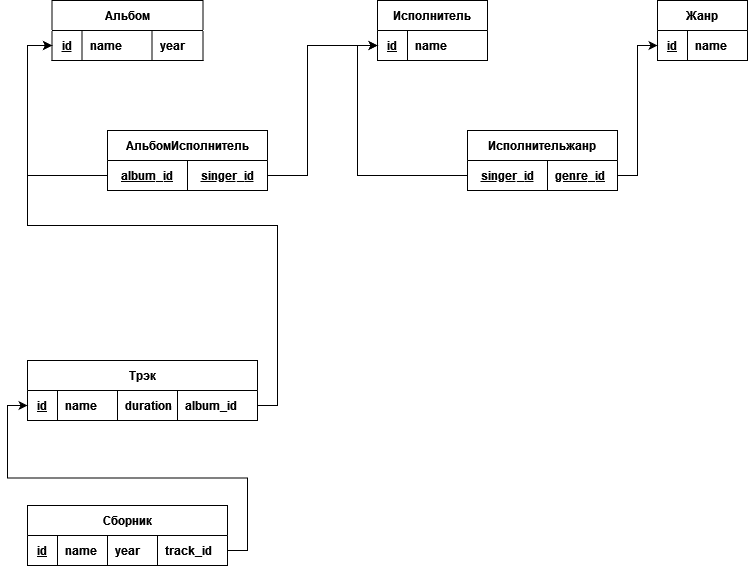
ArcainD/miniature-guide keeps this draw.io diagram as dz.drawio.png. Above is the earlier version. Source tidied: cells renumbered, new cells last; positions are measured from the earlier drawing's top-left corner, leaving out a move shared by most shapes. Its diagram source:
```xml
<mxGraphModel>
  <root>
    <mxCell id="0" />
    <mxCell id="1" parent="0" />
    <mxCell id="2" value="Исполнитель" style="shape=table;startSize=30;rowLines=0;fontStyle=1;align=center;" parent="1" vertex="1">
      <mxGeometry x="350" width="110" height="60" as="geometry" />
    </mxCell>
    <mxCell id="3" style="shape=partialRectangle;fillColor=none;top=0;left=0;bottom=1;right=0;points=[[0,0.5],[1,0.5]];portConstraint=eastwest;" parent="2" vertex="1">
      <mxGeometry y="30" width="110" height="30" as="geometry" />
    </mxCell>
    <mxCell id="4" value="id" style="shape=partialRectangle;fillColor=none;top=0;left=0;bottom=0;right=0;fontStyle=5;overflow=hidden;" parent="3" vertex="1">
      <mxGeometry width="30" height="30" as="geometry" />
    </mxCell>
    <mxCell id="5" value="name" style="shape=partialRectangle;fillColor=none;top=0;left=0;bottom=0;right=0;align=left;spacingLeft=6;fontStyle=1;overflow=hidden;" parent="3" vertex="1">
      <mxGeometry x="30" width="80" height="30" as="geometry" />
    </mxCell>
    <mxCell id="6" value="Альбом" style="shape=table;startSize=30;rowLines=0;fontStyle=1;align=center;" parent="1" vertex="1">
      <mxGeometry x="24.5" width="151" height="60" as="geometry" />
    </mxCell>
    <mxCell id="7" style="shape=partialRectangle;fillColor=none;top=0;left=0;bottom=1;right=0;points=[[0,0.5],[1,0.5]];portConstraint=eastwest;" parent="6" vertex="1">
      <mxGeometry y="30" width="151" height="30" as="geometry" />
    </mxCell>
    <mxCell id="8" value="id" style="shape=partialRectangle;fillColor=none;top=0;left=0;bottom=0;right=0;fontStyle=5;overflow=hidden;" parent="7" vertex="1">
      <mxGeometry width="30" height="30" as="geometry" />
    </mxCell>
    <mxCell id="9" value="name" style="shape=partialRectangle;fillColor=none;top=0;left=0;bottom=0;right=0;align=left;spacingLeft=6;fontStyle=1;overflow=hidden;" parent="7" vertex="1">
      <mxGeometry x="30" width="70" height="30" as="geometry" />
    </mxCell>
    <mxCell id="10" value="year" style="shape=partialRectangle;fillColor=none;top=0;left=0;bottom=0;right=0;align=left;spacingLeft=6;fontStyle=1;overflow=hidden;" parent="7" vertex="1">
      <mxGeometry x="100" width="51" height="30" as="geometry" />
    </mxCell>
    <mxCell id="11" value="Трэк" style="shape=table;startSize=30;rowLines=0;fontStyle=1;align=center;" parent="1" vertex="1">
      <mxGeometry y="360" width="230" height="60" as="geometry" />
    </mxCell>
    <mxCell id="12" style="shape=partialRectangle;fillColor=none;top=0;left=0;bottom=1;right=0;points=[[0,0.5],[1,0.5]];portConstraint=eastwest;" parent="11" vertex="1">
      <mxGeometry y="30" width="230" height="30" as="geometry" />
    </mxCell>
    <mxCell id="13" value="id" style="shape=partialRectangle;fillColor=none;top=0;left=0;bottom=0;right=0;fontStyle=5;overflow=hidden;" parent="12" vertex="1">
      <mxGeometry width="30" height="30" as="geometry" />
    </mxCell>
    <mxCell id="14" value="name" style="shape=partialRectangle;fillColor=none;top=0;left=0;bottom=0;right=0;align=left;spacingLeft=6;fontStyle=1;overflow=hidden;" parent="12" vertex="1">
      <mxGeometry x="30" width="60" height="30" as="geometry" />
    </mxCell>
    <mxCell id="15" value="duration" style="shape=partialRectangle;fillColor=none;top=0;left=0;bottom=0;right=0;align=left;spacingLeft=6;fontStyle=1;overflow=hidden;" parent="12" vertex="1">
      <mxGeometry x="90" width="60" height="30" as="geometry" />
    </mxCell>
    <mxCell id="16" value="album_id" style="shape=partialRectangle;fillColor=none;top=0;left=0;bottom=0;right=0;align=left;spacingLeft=6;fontStyle=1;overflow=hidden;" parent="12" vertex="1">
      <mxGeometry x="150" width="80" height="30" as="geometry" />
    </mxCell>
    <mxCell id="17" value="Жанр" style="shape=table;startSize=30;rowLines=0;fontStyle=1;align=center;" parent="1" vertex="1">
      <mxGeometry x="630" width="90" height="60" as="geometry" />
    </mxCell>
    <mxCell id="18" style="shape=partialRectangle;fillColor=none;top=0;left=0;bottom=1;right=0;points=[[0,0.5],[1,0.5]];portConstraint=eastwest;" parent="17" vertex="1">
      <mxGeometry y="30" width="90" height="30" as="geometry" />
    </mxCell>
    <mxCell id="19" value="id" style="shape=partialRectangle;fillColor=none;top=0;left=0;bottom=0;right=0;fontStyle=5;overflow=hidden;" parent="18" vertex="1">
      <mxGeometry width="30" height="30" as="geometry" />
    </mxCell>
    <mxCell id="20" value="name" style="shape=partialRectangle;fillColor=none;top=0;left=0;bottom=0;right=0;align=left;spacingLeft=6;fontStyle=1;overflow=hidden;" parent="18" vertex="1">
      <mxGeometry x="30" width="60" height="30" as="geometry" />
    </mxCell>
    <mxCell id="21" value="Исполнительжанр" style="shape=table;startSize=30;rowLines=0;fontStyle=1;align=center;" parent="1" vertex="1">
      <mxGeometry x="440" y="130" width="150" height="60" as="geometry" />
    </mxCell>
    <mxCell id="22" style="shape=partialRectangle;fillColor=none;top=0;left=0;bottom=1;right=0;points=[[0,0.5],[1,0.5]];portConstraint=eastwest;" parent="21" vertex="1">
      <mxGeometry y="30" width="150" height="30" as="geometry" />
    </mxCell>
    <mxCell id="23" value="singer_id" style="shape=partialRectangle;fillColor=none;top=0;left=0;bottom=0;right=0;fontStyle=5;overflow=hidden;" parent="22" vertex="1">
      <mxGeometry width="80" height="30" as="geometry" />
    </mxCell>
    <mxCell id="24" value="genre_id" style="shape=partialRectangle;fillColor=none;top=0;left=0;bottom=0;right=0;align=left;spacingLeft=6;fontStyle=5;overflow=hidden;" parent="22" vertex="1">
      <mxGeometry x="80" width="70" height="30" as="geometry" />
    </mxCell>
    <mxCell id="25" value="Сборник" style="shape=table;startSize=30;rowLines=0;fontStyle=1;align=center;" parent="1" vertex="1">
      <mxGeometry y="505" width="200" height="60" as="geometry" />
    </mxCell>
    <mxCell id="26" style="shape=partialRectangle;fillColor=none;top=0;left=0;bottom=1;right=0;points=[[0,0.5],[1,0.5]];portConstraint=eastwest;" parent="25" vertex="1">
      <mxGeometry y="30" width="200" height="30" as="geometry" />
    </mxCell>
    <mxCell id="27" value="id" style="shape=partialRectangle;fillColor=none;top=0;left=0;bottom=0;right=0;fontStyle=5;overflow=hidden;" parent="26" vertex="1">
      <mxGeometry width="30" height="30" as="geometry" />
    </mxCell>
    <mxCell id="28" value="name" style="shape=partialRectangle;fillColor=none;top=0;left=0;bottom=0;right=0;align=left;spacingLeft=6;fontStyle=1;overflow=hidden;" parent="26" vertex="1">
      <mxGeometry x="30" width="50" height="30" as="geometry" />
    </mxCell>
    <mxCell id="29" value="year" style="shape=partialRectangle;fillColor=none;top=0;left=0;bottom=0;right=0;align=left;spacingLeft=6;fontStyle=1;overflow=hidden;" parent="26" vertex="1">
      <mxGeometry x="80" width="50" height="30" as="geometry" />
    </mxCell>
    <mxCell id="30" value="track_id" style="shape=partialRectangle;fillColor=none;top=0;left=0;bottom=0;right=0;align=left;spacingLeft=6;fontStyle=1;overflow=hidden;" parent="26" vertex="1">
      <mxGeometry x="130" width="70" height="30" as="geometry" />
    </mxCell>
    <mxCell id="31" value="АльбомИсполнитель" style="shape=table;startSize=30;rowLines=0;fontStyle=1;align=center;" parent="1" vertex="1">
      <mxGeometry x="80" y="130" width="160" height="60" as="geometry" />
    </mxCell>
    <mxCell id="32" style="shape=partialRectangle;fillColor=none;top=0;left=0;bottom=1;right=0;points=[[0,0.5],[1,0.5]];portConstraint=eastwest;" parent="31" vertex="1">
      <mxGeometry y="30" width="160" height="30" as="geometry" />
    </mxCell>
    <mxCell id="33" value="album_id" style="shape=partialRectangle;fillColor=none;top=0;left=0;bottom=0;right=0;fontStyle=5;overflow=hidden;" parent="32" vertex="1">
      <mxGeometry width="80" height="30" as="geometry" />
    </mxCell>
    <mxCell id="34" value="singer_id" style="shape=partialRectangle;fillColor=none;top=0;left=0;bottom=0;right=0;fontStyle=5;overflow=hidden;" parent="32" vertex="1">
      <mxGeometry x="80" width="80" height="30" as="geometry" />
    </mxCell>
    <mxCell id="35" style="edgeStyle=orthogonalEdgeStyle;rounded=0;jettySize=auto;html=1;exitX=1;exitY=0.5;exitDx=0;exitDy=0;entryX=0;entryY=0.5;entryDx=0;entryDy=0;" parent="1" edge="1" source="22" target="18">
      <mxGeometry relative="1" as="geometry" />
    </mxCell>
    <mxCell id="36" style="edgeStyle=orthogonalEdgeStyle;rounded=0;jettySize=auto;html=1;exitX=0;exitY=0.5;exitDx=0;exitDy=0;entryX=0;entryY=0.5;entryDx=0;entryDy=0;" parent="1" edge="1" source="22" target="3">
      <mxGeometry relative="1" as="geometry" />
    </mxCell>
    <mxCell id="37" style="edgeStyle=orthogonalEdgeStyle;rounded=0;jettySize=auto;html=1;exitX=1;exitY=0.5;exitDx=0;exitDy=0;entryX=0;entryY=0.5;entryDx=0;entryDy=0;" parent="1" edge="1" source="32" target="3">
      <mxGeometry relative="1" as="geometry">
        <Array as="points">
          <mxPoint x="280" y="175" />
          <mxPoint x="280" y="45" />
        </Array>
      </mxGeometry>
    </mxCell>
    <mxCell id="38" style="edgeStyle=orthogonalEdgeStyle;rounded=0;jettySize=auto;html=1;exitX=0;exitY=0.5;exitDx=0;exitDy=0;entryX=0;entryY=0.5;entryDx=0;entryDy=0;" parent="1" edge="1" source="32" target="7">
      <mxGeometry relative="1" as="geometry">
        <Array as="points">
          <mxPoint y="175" />
          <mxPoint y="45" />
        </Array>
      </mxGeometry>
    </mxCell>
    <mxCell id="39" style="edgeStyle=orthogonalEdgeStyle;rounded=0;jettySize=auto;html=1;exitX=1;exitY=0.5;exitDx=0;exitDy=0;entryX=0;entryY=0.5;entryDx=0;entryDy=0;" parent="1" edge="1" source="12" target="7">
      <mxGeometry relative="1" as="geometry">
        <Array as="points">
          <mxPoint x="250" y="405" />
          <mxPoint x="250" y="225" />
          <mxPoint y="225" />
          <mxPoint y="45" />
        </Array>
      </mxGeometry>
    </mxCell>
    <mxCell id="40" style="edgeStyle=orthogonalEdgeStyle;rounded=0;jettySize=auto;html=1;exitX=1;exitY=0.5;exitDx=0;exitDy=0;entryX=0;entryY=0.5;entryDx=0;entryDy=0;" parent="1" edge="1" source="26" target="12">
      <mxGeometry relative="1" as="geometry" />
    </mxCell>
  </root>
</mxGraphModel>
```
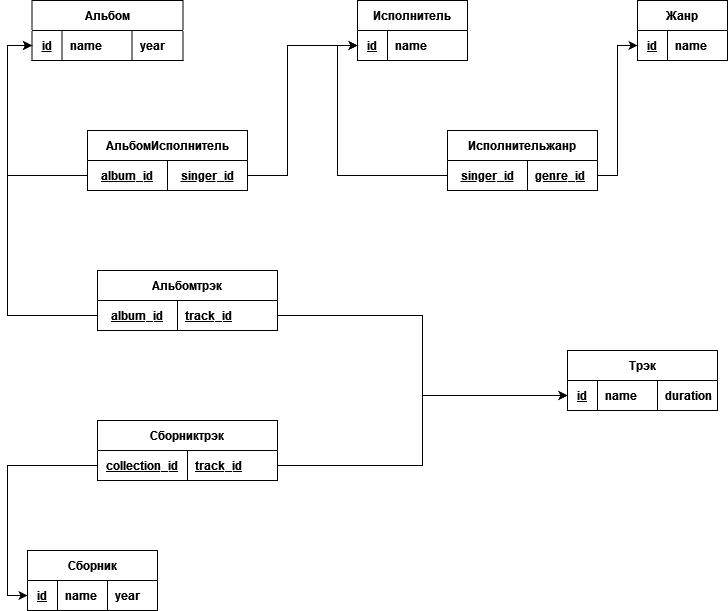
After the commit.

What changed in the source:
```diff
@@ -30,10 +30,10 @@
       <mxGeometry x="100" width="51" height="30" as="geometry" />
     </mxCell>
     <mxCell id="11" value="Трэк" style="shape=table;startSize=30;rowLines=0;fontStyle=1;align=center;" parent="1" vertex="1">
-      <mxGeometry y="360" width="230" height="60" as="geometry" />
+      <mxGeometry x="560" y="350" width="150" height="60" as="geometry" />
     </mxCell>
     <mxCell id="12" style="shape=partialRectangle;fillColor=none;top=0;left=0;bottom=1;right=0;points=[[0,0.5],[1,0.5]];portConstraint=eastwest;" parent="11" vertex="1">
-      <mxGeometry y="30" width="230" height="30" as="geometry" />
+      <mxGeometry y="30" width="150" height="30" as="geometry" />
     </mxCell>
     <mxCell id="13" value="id" style="shape=partialRectangle;fillColor=none;top=0;left=0;bottom=0;right=0;fontStyle=5;overflow=hidden;" parent="12" vertex="1">
       <mxGeometry width="30" height="30" as="geometry" />
@@ -44,9 +44,6 @@
     <mxCell id="15" value="duration" style="shape=partialRectangle;fillColor=none;top=0;left=0;bottom=0;right=0;align=left;spacingLeft=6;fontStyle=1;overflow=hidden;" parent="12" vertex="1">
       <mxGeometry x="90" width="60" height="30" as="geometry" />
     </mxCell>
-    <mxCell id="16" value="album_id" style="shape=partialRectangle;fillColor=none;top=0;left=0;bottom=0;right=0;align=left;spacingLeft=6;fontStyle=1;overflow=hidden;" parent="12" vertex="1">
-      <mxGeometry x="150" width="80" height="30" as="geometry" />
-    </mxCell>
     <mxCell id="17" value="Жанр" style="shape=table;startSize=30;rowLines=0;fontStyle=1;align=center;" parent="1" vertex="1">
       <mxGeometry x="630" width="90" height="60" as="geometry" />
     </mxCell>
@@ -72,10 +69,10 @@
       <mxGeometry x="80" width="70" height="30" as="geometry" />
     </mxCell>
     <mxCell id="25" value="Сборник" style="shape=table;startSize=30;rowLines=0;fontStyle=1;align=center;" parent="1" vertex="1">
-      <mxGeometry y="505" width="200" height="60" as="geometry" />
+      <mxGeometry x="20" y="550" width="130" height="60" as="geometry" />
     </mxCell>
     <mxCell id="26" style="shape=partialRectangle;fillColor=none;top=0;left=0;bottom=1;right=0;points=[[0,0.5],[1,0.5]];portConstraint=eastwest;" parent="25" vertex="1">
-      <mxGeometry y="30" width="200" height="30" as="geometry" />
+      <mxGeometry y="30" width="130" height="30" as="geometry" />
     </mxCell>
     <mxCell id="27" value="id" style="shape=partialRectangle;fillColor=none;top=0;left=0;bottom=0;right=0;fontStyle=5;overflow=hidden;" parent="26" vertex="1">
       <mxGeometry width="30" height="30" as="geometry" />
@@ -86,9 +83,6 @@
     <mxCell id="29" value="year" style="shape=partialRectangle;fillColor=none;top=0;left=0;bottom=0;right=0;align=left;spacingLeft=6;fontStyle=1;overflow=hidden;" parent="26" vertex="1">
       <mxGeometry x="80" width="50" height="30" as="geometry" />
     </mxCell>
-    <mxCell id="30" value="track_id" style="shape=partialRectangle;fillColor=none;top=0;left=0;bottom=0;right=0;align=left;spacingLeft=6;fontStyle=1;overflow=hidden;" parent="26" vertex="1">
-      <mxGeometry x="130" width="70" height="30" as="geometry" />
-    </mxCell>
     <mxCell id="31" value="АльбомИсполнитель" style="shape=table;startSize=30;rowLines=0;fontStyle=1;align=center;" parent="1" vertex="1">
       <mxGeometry x="80" y="130" width="160" height="60" as="geometry" />
     </mxCell>
@@ -123,18 +117,46 @@
         </Array>
       </mxGeometry>
     </mxCell>
-    <mxCell id="39" style="edgeStyle=orthogonalEdgeStyle;rounded=0;jettySize=auto;html=1;exitX=1;exitY=0.5;exitDx=0;exitDy=0;entryX=0;entryY=0.5;entryDx=0;entryDy=0;" parent="1" edge="1" source="12" target="7">
-      <mxGeometry relative="1" as="geometry">
-        <Array as="points">
-          <mxPoint x="250" y="405" />
-          <mxPoint x="250" y="225" />
-          <mxPoint y="225" />
-          <mxPoint y="45" />
-        </Array>
-      </mxGeometry>
-    </mxCell>
-    <mxCell id="40" style="edgeStyle=orthogonalEdgeStyle;rounded=0;jettySize=auto;html=1;exitX=1;exitY=0.5;exitDx=0;exitDy=0;entryX=0;entryY=0.5;entryDx=0;entryDy=0;" parent="1" edge="1" source="26" target="12">
-      <mxGeometry relative="1" as="geometry" />
-    </mxCell>
+    <mxCell id="41" style="edgeStyle=orthogonalEdgeStyle;rounded=0;jettySize=auto;html=1;exitX=1;exitY=0.75;exitDx=0;exitDy=0;entryX=0;entryY=0.5;entryDx=0;entryDy=0;" parent="1" edge="1" source="42" target="12">
+      <mxGeometry relative="1" as="geometry" />
+    </mxCell>
+    <mxCell id="42" value="Альбомтрэк" style="shape=table;startSize=30;rowLines=0;fontStyle=1;align=center;" parent="1" vertex="1">
+      <mxGeometry x="90" y="270" width="180" height="60" as="geometry" />
+    </mxCell>
+    <mxCell id="43" style="shape=partialRectangle;fillColor=none;top=0;left=0;bottom=1;right=0;points=[[0,0.5],[1,0.5]];portConstraint=eastwest;" parent="42" vertex="1">
+      <mxGeometry y="30" width="180" height="30" as="geometry" />
+    </mxCell>
+    <mxCell id="16" value="album_id" style="shape=partialRectangle;fillColor=none;top=0;left=0;bottom=0;right=0;fontStyle=5;overflow=hidden;" parent="43" vertex="1">
+      <mxGeometry width="80" height="30" as="geometry" />
+    </mxCell>
+    <mxCell id="44" value="track_id" style="shape=partialRectangle;fillColor=none;top=0;left=0;bottom=0;right=0;align=left;spacingLeft=6;fontStyle=5;overflow=hidden;" parent="43" vertex="1">
+      <mxGeometry x="80" width="100" height="30" as="geometry" />
+    </mxCell>
+    <mxCell id="45" style="edgeStyle=orthogonalEdgeStyle;rounded=0;jettySize=auto;html=1;exitX=0;exitY=0.75;exitDx=0;exitDy=0;entryX=0;entryY=0.5;entryDx=0;entryDy=0;" parent="1" edge="1" source="47" target="26">
+      <mxGeometry relative="1" as="geometry" />
+    </mxCell>
+    <mxCell id="46" style="edgeStyle=orthogonalEdgeStyle;rounded=0;jettySize=auto;html=1;exitX=1;exitY=0.75;exitDx=0;exitDy=0;entryX=0;entryY=0.5;entryDx=0;entryDy=0;" parent="1" edge="1" source="47" target="12">
+      <mxGeometry relative="1" as="geometry" />
+    </mxCell>
+    <mxCell id="47" value="Сборниктрэк" style="shape=table;startSize=30;rowLines=0;fontStyle=1;align=center;" parent="1" vertex="1">
+      <mxGeometry x="90" y="420" width="180" height="60" as="geometry" />
+    </mxCell>
+    <mxCell id="48" style="shape=partialRectangle;fillColor=none;top=0;left=0;bottom=1;right=0;" parent="47" vertex="1">
+      <mxGeometry y="30" width="180" height="30" as="geometry" />
+    </mxCell>
+    <mxCell id="49" value="collection_id" style="shape=partialRectangle;fillColor=none;top=0;left=0;bottom=0;right=0;fontStyle=5;overflow=hidden;" parent="48" vertex="1">
+      <mxGeometry width="90" height="30" as="geometry" />
+    </mxCell>
+    <mxCell id="50" value="track_id" style="shape=partialRectangle;fillColor=none;top=0;left=0;bottom=0;right=0;align=left;spacingLeft=6;fontStyle=5;overflow=hidden;" parent="48" vertex="1">
+      <mxGeometry x="90" width="90" height="30" as="geometry" />
+    </mxCell>
+    <mxCell id="51" style="edgeStyle=orthogonalEdgeStyle;rounded=0;jettySize=auto;html=1;exitX=0;exitY=0.5;exitDx=0;exitDy=0;entryX=0;entryY=0.5;entryDx=0;entryDy=0;" parent="1" edge="1" source="43" target="7">
+      <mxGeometry relative="1" as="geometry">
+        <Array as="points">
+          <mxPoint y="315" />
+          <mxPoint y="45" />
+        </Array>
+      </mxGeometry>
+    </mxCell>
   </root>
 </mxGraphModel>
```
